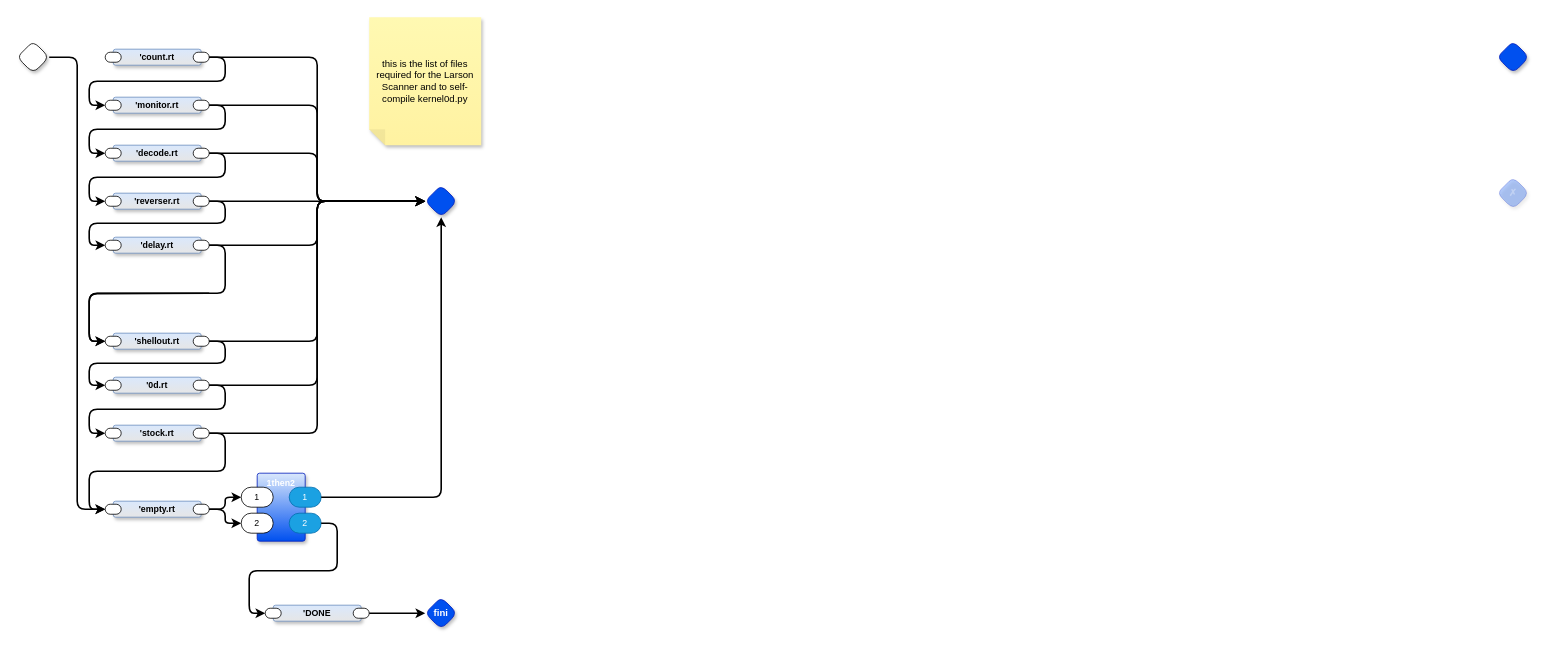
The draw.io diagram page "Test List Filenames" (3 of 36) of rt2all.drawio in guitarvydas/rt, before the edit. Source tidied: cells renumbered, new cells numbered last; positions are measured from the earlier drawing's top-left corner, leaving out a move shared by most shapes. Both pictures are drawn from the tidied source at 80%, with x=0, y=0 at pixel (17, 17).
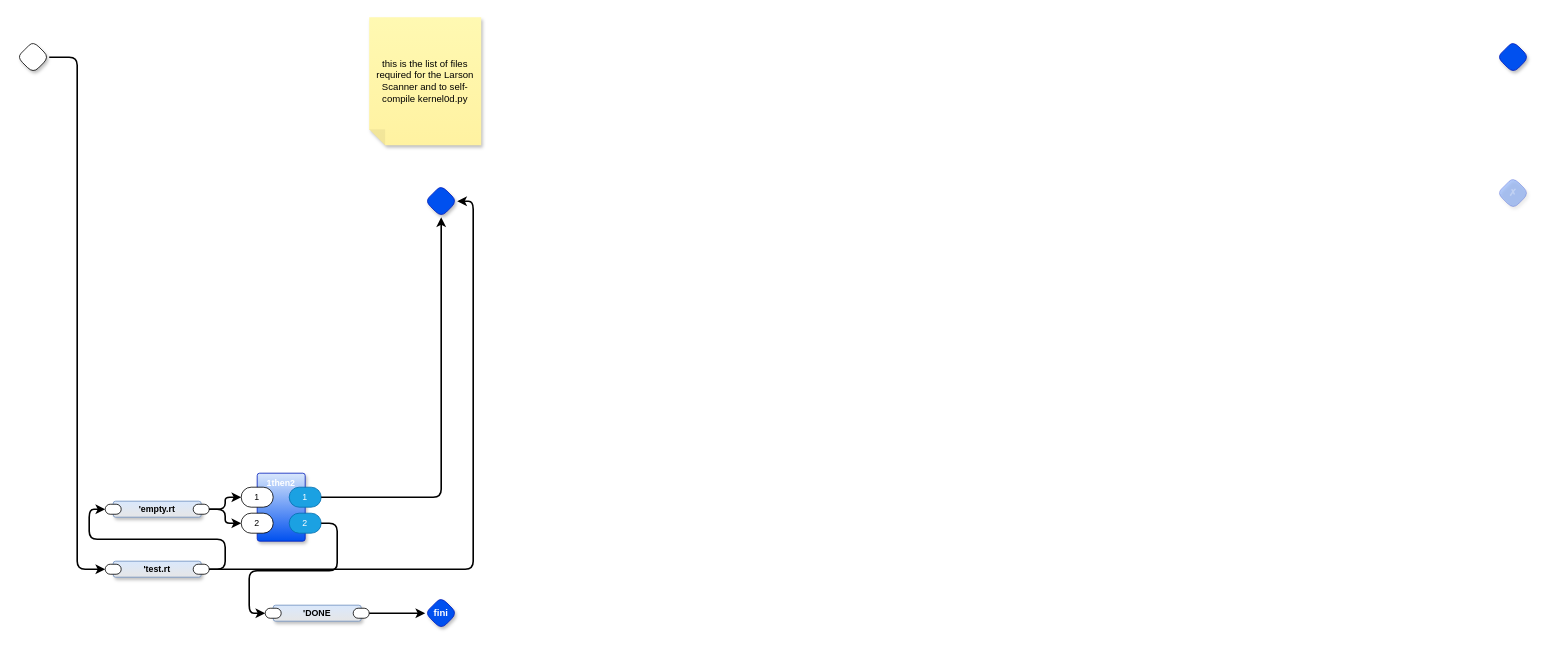
After the change.

The change refers to these unchanged cells:
```xml
<mxCell id="2" style="rhombus;whiteSpace=wrap;html=1;rounded=1;fontStyle=1;glass=0;sketch=0;fontSize=12;points=[[0,0.5,0,0,0],[0.5,0,0,0,0],[0.5,1,0,0,0],[1,0.5,0,0,0]];shadow=1;fontFamily=Helvetica;fontColor=default;" parent="1" vertex="1">
  <mxGeometry y="30" width="40" height="40" as="geometry" />
</mxCell>
<mxCell id="24" style="rounded=1;whiteSpace=wrap;html=1;sketch=0;points=[[0,0.5,0,0,0],[1,0.5,0,0,0]];arcSize=50;fontFamily=Helvetica;fontSize=11;fontColor=default;" parent="22" vertex="1">
  <mxGeometry x="-10" y="3.8" width="20" height="12.5" as="geometry" />
</mxCell>
<mxCell id="32" style="rhombus;whiteSpace=wrap;html=1;rounded=1;fontStyle=1;glass=0;sketch=0;fontSize=12;points=[[0,0.5,0,0,0],[0.5,0,0,0,0],[0.5,1,0,0,0],[1,0.5,0,0,0]];shadow=1;fillColor=#0050ef;fontColor=#ffffff;strokeColor=#001DBC;fontFamily=Helvetica;labelBackgroundColor=none;" parent="1" vertex="1">
  <mxGeometry x="510" y="210" width="40" height="40" as="geometry" />
</mxCell>
```

What changed in the source:
```diff
@@
-    <mxCell id="5" style="edgeStyle=orthogonalEdgeStyle;rounded=1;jettySize=auto;html=1;exitX=1;exitY=0.5;exitDx=0;exitDy=0;exitPerimeter=0;strokeWidth=2;curved=0;entryX=0;entryY=0.5;entryDx=0;entryDy=0;entryPerimeter=0;" parent="1" edge="1" source="2" target="24">
+    <mxCell id="5" style="edgeStyle=orthogonalEdgeStyle;rounded=1;jettySize=auto;html=1;exitX=1;exitY=0.5;exitDx=0;exitDy=0;exitPerimeter=0;strokeWidth=2;curved=0;entryX=0;entryY=0.5;entryDx=0;entryDy=0;entryPerimeter=0;" parent="1" edge="1" source="2" target="68">
       <mxGeometry relative="1" as="geometry" />
     </mxCell>
-    <mxCell id="6" value="'count.rt" style="rounded=1;whiteSpace=wrap;html=1;verticalAlign=middle;arcSize=6;fontStyle=1;absoluteArcSize=1;shadow=1;strokeColor=#6c8ebf;fillColor=#dae8fc;fontFamily=Helvetica;fontSize=11;gradientColor=#E6E6E6;fontColor=default;" parent="1" vertex="1">
-      <mxGeometry x="120" y="40" width="110" height="20" as="geometry" />
-    </mxCell>
-    <mxCell id="7" style="rounded=1;whiteSpace=wrap;html=1;sketch=0;points=[[0,0.5,0,0,0],[1,0.5,0,0,0]];arcSize=50;fontFamily=Helvetica;fontSize=11;fontColor=default;" parent="6" vertex="1">
-      <mxGeometry x="100" y="3.8" width="20" height="12.5" as="geometry" />
-    </mxCell>
-    <mxCell id="8" style="rounded=1;whiteSpace=wrap;html=1;sketch=0;arcSize=50;fontFamily=Helvetica;fontSize=11;fontColor=default;" parent="6" vertex="1">
-      <mxGeometry x="-10" y="3.8" width="20" height="12.5" as="geometry" />
-    </mxCell>
-    <mxCell id="9" style="edgeStyle=orthogonalEdgeStyle;rounded=1;jettySize=auto;html=1;exitX=1;exitY=0.5;exitDx=0;exitDy=0;exitPerimeter=0;entryX=0;entryY=0.5;entryDx=0;entryDy=0;entryPerimeter=0;strokeWidth=2;curved=0;" parent="1" edge="1" source="7" target="12">
-      <mxGeometry relative="1" as="geometry" />
-    </mxCell>
-    <mxCell id="10" value="'monitor.rt" style="rounded=1;whiteSpace=wrap;html=1;verticalAlign=middle;arcSize=6;fontStyle=1;absoluteArcSize=1;shadow=1;strokeColor=#6c8ebf;fillColor=#dae8fc;fontFamily=Helvetica;fontSize=11;gradientColor=#E6E6E6;fontColor=default;" parent="1" vertex="1">
-      <mxGeometry x="120" y="100" width="110" height="20" as="geometry" />
-    </mxCell>
-    <mxCell id="11" style="rounded=1;whiteSpace=wrap;html=1;sketch=0;points=[[0,0.5,0,0,0],[1,0.5,0,0,0]];arcSize=50;fontFamily=Helvetica;fontSize=11;fontColor=default;" parent="10" vertex="1">
-      <mxGeometry x="100" y="3.8" width="20" height="12.5" as="geometry" />
-    </mxCell>
-    <mxCell id="12" style="rounded=1;whiteSpace=wrap;html=1;sketch=0;points=[[0,0.5,0,0,0],[1,0.5,0,0,0]];arcSize=50;fontFamily=Helvetica;fontSize=11;fontColor=default;" parent="10" vertex="1">
-      <mxGeometry x="-10" y="3.8" width="20" height="12.5" as="geometry" />
-    </mxCell>
-    <mxCell id="13" value="'decode.rt" style="rounded=1;whiteSpace=wrap;html=1;verticalAlign=middle;arcSize=6;fontStyle=1;absoluteArcSize=1;shadow=1;strokeColor=#6c8ebf;fillColor=#dae8fc;fontFamily=Helvetica;fontSize=11;gradientColor=#E6E6E6;fontColor=default;" parent="1" vertex="1">
-      <mxGeometry x="120" y="160" width="110" height="20" as="geometry" />
-    </mxCell>
-    <mxCell id="14" style="rounded=1;whiteSpace=wrap;html=1;sketch=0;points=[[0,0.5,0,0,0],[1,0.5,0,0,0]];arcSize=50;fontFamily=Helvetica;fontSize=11;fontColor=default;" parent="13" vertex="1">
-      <mxGeometry x="100" y="3.8" width="20" height="12.5" as="geometry" />
-    </mxCell>
-    <mxCell id="15" style="rounded=1;whiteSpace=wrap;html=1;sketch=0;points=[[0,0.5,0,0,0],[1,0.5,0,0,0]];arcSize=50;fontFamily=Helvetica;fontSize=11;fontColor=default;" parent="13" vertex="1">
-      <mxGeometry x="-10" y="3.8" width="20" height="12.5" as="geometry" />
-    </mxCell>
-    <mxCell id="16" value="'reverser.rt" style="rounded=1;whiteSpace=wrap;html=1;verticalAlign=middle;arcSize=6;fontStyle=1;absoluteArcSize=1;shadow=1;strokeColor=#6c8ebf;fillColor=#dae8fc;fontFamily=Helvetica;fontSize=11;gradientColor=#E6E6E6;fontColor=default;" parent="1" vertex="1">
-      <mxGeometry x="120" y="220" width="110" height="20" as="geometry" />
-    </mxCell>
-    <mxCell id="17" style="rounded=1;whiteSpace=wrap;html=1;sketch=0;points=[[0,0.5,0,0,0],[1,0.5,0,0,0]];arcSize=50;fontFamily=Helvetica;fontSize=11;fontColor=default;" parent="16" vertex="1">
-      <mxGeometry x="100" y="3.8" width="20" height="12.5" as="geometry" />
-    </mxCell>
-    <mxCell id="18" style="rounded=1;whiteSpace=wrap;html=1;sketch=0;points=[[0,0.5,0,0,0],[1,0.5,0,0,0]];arcSize=50;fontFamily=Helvetica;fontSize=11;fontColor=default;" parent="16" vertex="1">
-      <mxGeometry x="-10" y="3.8" width="20" height="12.5" as="geometry" />
-    </mxCell>
-    <mxCell id="19" value="'delay.rt" style="rounded=1;whiteSpace=wrap;html=1;verticalAlign=middle;arcSize=6;fontStyle=1;absoluteArcSize=1;shadow=1;strokeColor=#6c8ebf;fillColor=#dae8fc;fontFamily=Helvetica;fontSize=11;gradientColor=#E6E6E6;fontColor=default;" parent="1" vertex="1">
-      <mxGeometry x="120" y="275" width="110" height="20" as="geometry" />
-    </mxCell>
-    <mxCell id="20" style="rounded=1;whiteSpace=wrap;html=1;sketch=0;points=[[0,0.5,0,0,0],[1,0.5,0,0,0]];arcSize=50;fontFamily=Helvetica;fontSize=11;fontColor=default;" parent="19" vertex="1">
-      <mxGeometry x="100" y="3.8" width="20" height="12.5" as="geometry" />
-    </mxCell>
-    <mxCell id="21" style="rounded=1;whiteSpace=wrap;html=1;sketch=0;points=[[0,0.5,0,0,0],[1,0.5,0,0,0]];arcSize=50;fontFamily=Helvetica;fontSize=11;fontColor=default;" parent="19" vertex="1">
-      <mxGeometry x="-10" y="3.8" width="20" height="12.5" as="geometry" />
-    </mxCell>
@@
-    <mxCell id="25" style="edgeStyle=orthogonalEdgeStyle;shape=connector;curved=0;rounded=1;jettySize=auto;html=1;exitX=1;exitY=0.5;exitDx=0;exitDy=0;exitPerimeter=0;entryX=0;entryY=0.5;entryDx=0;entryDy=0;entryPerimeter=0;strokeColor=default;strokeWidth=2;align=center;verticalAlign=middle;fontFamily=Helvetica;fontSize=11;fontColor=default;labelBackgroundColor=default;endArrow=classic;" parent="1" edge="1" source="20" target="42">
-      <mxGeometry relative="1" as="geometry" />
-    </mxCell>
-    <mxCell id="26" style="edgeStyle=orthogonalEdgeStyle;shape=connector;curved=0;rounded=1;jettySize=auto;html=1;exitX=1;exitY=0.5;exitDx=0;exitDy=0;exitPerimeter=0;entryX=0;entryY=0.5;entryDx=0;entryDy=0;entryPerimeter=0;strokeColor=default;strokeWidth=2;align=center;verticalAlign=middle;fontFamily=Helvetica;fontSize=11;fontColor=default;labelBackgroundColor=default;endArrow=classic;" parent="1" edge="1" source="17" target="21">
-      <mxGeometry relative="1" as="geometry" />
-    </mxCell>
-    <mxCell id="27" style="edgeStyle=orthogonalEdgeStyle;shape=connector;curved=0;rounded=1;jettySize=auto;html=1;exitX=1;exitY=0.5;exitDx=0;exitDy=0;exitPerimeter=0;entryX=0;entryY=0.5;entryDx=0;entryDy=0;entryPerimeter=0;strokeColor=default;strokeWidth=2;align=center;verticalAlign=middle;fontFamily=Helvetica;fontSize=11;fontColor=default;labelBackgroundColor=default;endArrow=classic;" parent="1" edge="1" source="14" target="18">
-      <mxGeometry relative="1" as="geometry" />
-    </mxCell>
-    <mxCell id="28" style="edgeStyle=orthogonalEdgeStyle;shape=connector;curved=0;rounded=1;jettySize=auto;html=1;exitX=1;exitY=0.5;exitDx=0;exitDy=0;exitPerimeter=0;entryX=0;entryY=0.5;entryDx=0;entryDy=0;entryPerimeter=0;strokeColor=default;strokeWidth=2;align=center;verticalAlign=middle;fontFamily=Helvetica;fontSize=11;fontColor=default;labelBackgroundColor=default;endArrow=classic;" parent="1" edge="1" source="11" target="15">
-      <mxGeometry relative="1" as="geometry" />
-    </mxCell>
@@
-    <mxCell id="35" style="edgeStyle=orthogonalEdgeStyle;shape=connector;curved=0;rounded=1;jettySize=auto;html=1;exitX=1;exitY=0.5;exitDx=0;exitDy=0;exitPerimeter=0;entryX=0;entryY=0.5;entryDx=0;entryDy=0;entryPerimeter=0;strokeColor=default;strokeWidth=2;align=center;verticalAlign=middle;fontFamily=Helvetica;fontSize=11;fontColor=default;labelBackgroundColor=default;endArrow=classic;" parent="1" edge="1" source="7" target="32">
-      <mxGeometry relative="1" as="geometry" />
-    </mxCell>
-    <mxCell id="36" style="edgeStyle=orthogonalEdgeStyle;shape=connector;curved=0;rounded=1;jettySize=auto;html=1;exitX=1;exitY=0.5;exitDx=0;exitDy=0;exitPerimeter=0;strokeColor=default;strokeWidth=2;align=center;verticalAlign=middle;fontFamily=Helvetica;fontSize=11;fontColor=default;labelBackgroundColor=default;endArrow=classic;entryX=0;entryY=0.5;entryDx=0;entryDy=0;entryPerimeter=0;" parent="1" edge="1" source="11" target="32">
-      <mxGeometry relative="1" as="geometry" />
-    </mxCell>
-    <mxCell id="37" style="edgeStyle=orthogonalEdgeStyle;shape=connector;curved=0;rounded=1;jettySize=auto;html=1;exitX=1;exitY=0.5;exitDx=0;exitDy=0;exitPerimeter=0;entryX=0;entryY=0.5;entryDx=0;entryDy=0;entryPerimeter=0;strokeColor=default;strokeWidth=2;align=center;verticalAlign=middle;fontFamily=Helvetica;fontSize=11;fontColor=default;labelBackgroundColor=default;endArrow=classic;" parent="1" edge="1" source="14" target="32">
-      <mxGeometry relative="1" as="geometry" />
-    </mxCell>
-    <mxCell id="38" style="edgeStyle=orthogonalEdgeStyle;shape=connector;curved=0;rounded=1;jettySize=auto;html=1;exitX=1;exitY=0.5;exitDx=0;exitDy=0;exitPerimeter=0;entryX=0;entryY=0.5;entryDx=0;entryDy=0;entryPerimeter=0;strokeColor=default;strokeWidth=2;align=center;verticalAlign=middle;fontFamily=Helvetica;fontSize=11;fontColor=default;labelBackgroundColor=default;endArrow=classic;" parent="1" edge="1" source="17" target="32">
-      <mxGeometry relative="1" as="geometry" />
-    </mxCell>
-    <mxCell id="39" style="edgeStyle=orthogonalEdgeStyle;shape=connector;curved=0;rounded=1;jettySize=auto;html=1;exitX=1;exitY=0.5;exitDx=0;exitDy=0;exitPerimeter=0;entryX=0;entryY=0.5;entryDx=0;entryDy=0;entryPerimeter=0;strokeColor=default;strokeWidth=2;align=center;verticalAlign=middle;fontFamily=Helvetica;fontSize=11;fontColor=default;labelBackgroundColor=default;endArrow=classic;" parent="1" edge="1" source="20" target="32">
-      <mxGeometry relative="1" as="geometry" />
-    </mxCell>
-    <mxCell id="40" value="'shellout.rt" style="rounded=1;whiteSpace=wrap;html=1;verticalAlign=middle;arcSize=6;fontStyle=1;absoluteArcSize=1;shadow=1;strokeColor=#6c8ebf;fillColor=#dae8fc;fontFamily=Helvetica;fontSize=11;gradientColor=#E6E6E6;fontColor=default;" parent="1" vertex="1">
-      <mxGeometry x="120" y="395" width="110" height="20" as="geometry" />
-    </mxCell>
-    <mxCell id="41" style="rounded=1;whiteSpace=wrap;html=1;sketch=0;points=[[0,0.5,0,0,0],[1,0.5,0,0,0]];arcSize=50;fontFamily=Helvetica;fontSize=11;fontColor=default;" parent="40" vertex="1">
-      <mxGeometry x="100" y="3.8" width="20" height="12.5" as="geometry" />
-    </mxCell>
-    <mxCell id="42" style="rounded=1;whiteSpace=wrap;html=1;sketch=0;points=[[0,0.5,0,0,0],[1,0.5,0,0,0]];arcSize=50;fontFamily=Helvetica;fontSize=11;fontColor=default;" parent="40" vertex="1">
-      <mxGeometry x="-10" y="3.8" width="20" height="12.5" as="geometry" />
-    </mxCell>
-    <mxCell id="43" style="edgeStyle=orthogonalEdgeStyle;shape=connector;curved=0;rounded=1;jettySize=auto;html=1;exitX=1;exitY=0.5;exitDx=0;exitDy=0;exitPerimeter=0;entryX=0;entryY=0.5;entryDx=0;entryDy=0;entryPerimeter=0;strokeColor=default;strokeWidth=2;align=center;verticalAlign=middle;fontFamily=Helvetica;fontSize=11;fontColor=default;labelBackgroundColor=default;endArrow=classic;" parent="1" edge="1" target="42">
-      <mxGeometry relative="1" as="geometry">
-        <mxPoint x="240" y="345" as="sourcePoint" />
-      </mxGeometry>
-    </mxCell>
-    <mxCell id="44" style="edgeStyle=orthogonalEdgeStyle;shape=connector;curved=0;rounded=1;jettySize=auto;html=1;exitX=1;exitY=0.5;exitDx=0;exitDy=0;exitPerimeter=0;entryX=0;entryY=0.5;entryDx=0;entryDy=0;entryPerimeter=0;strokeColor=default;strokeWidth=2;align=center;verticalAlign=middle;fontFamily=Helvetica;fontSize=11;fontColor=default;labelBackgroundColor=default;endArrow=classic;" parent="1" edge="1" source="41" target="32">
-      <mxGeometry relative="1" as="geometry" />
-    </mxCell>
@@
-    <mxCell id="54" value="'0d.rt" style="rounded=1;whiteSpace=wrap;html=1;verticalAlign=middle;arcSize=6;fontStyle=1;absoluteArcSize=1;shadow=1;strokeColor=#6c8ebf;fillColor=#dae8fc;fontFamily=Helvetica;fontSize=11;gradientColor=#E6E6E6;fontColor=default;" parent="1" vertex="1">
-      <mxGeometry x="120" y="450" width="110" height="20" as="geometry" />
-    </mxCell>
-    <mxCell id="55" style="rounded=1;whiteSpace=wrap;html=1;sketch=0;points=[[0,0.5,0,0,0],[1,0.5,0,0,0]];arcSize=50;fontFamily=Helvetica;fontSize=11;fontColor=default;" parent="54" vertex="1">
-      <mxGeometry x="100" y="3.8" width="20" height="12.5" as="geometry" />
-    </mxCell>
-    <mxCell id="56" style="rounded=1;whiteSpace=wrap;html=1;sketch=0;points=[[0,0.5,0,0,0],[1,0.5,0,0,0]];arcSize=50;fontFamily=Helvetica;fontSize=11;fontColor=default;" parent="54" vertex="1">
-      <mxGeometry x="-10" y="3.8" width="20" height="12.5" as="geometry" />
-    </mxCell>
-    <mxCell id="57" style="edgeStyle=orthogonalEdgeStyle;rounded=1;jettySize=auto;html=1;exitX=1;exitY=0.5;exitDx=0;exitDy=0;exitPerimeter=0;entryX=0;entryY=0.5;entryDx=0;entryDy=0;entryPerimeter=0;strokeWidth=2;curved=0;" parent="1" edge="1" source="55" target="63">
-      <mxGeometry relative="1" as="geometry" />
-    </mxCell>
-    <mxCell id="58" style="edgeStyle=orthogonalEdgeStyle;shape=connector;curved=0;rounded=1;jettySize=auto;html=1;exitX=1;exitY=0.5;exitDx=0;exitDy=0;exitPerimeter=0;entryX=0;entryY=0.5;entryDx=0;entryDy=0;entryPerimeter=0;strokeColor=default;strokeWidth=2;align=center;verticalAlign=middle;fontFamily=Helvetica;fontSize=11;fontColor=default;labelBackgroundColor=default;endArrow=classic;" parent="1" edge="1" source="41" target="56">
-      <mxGeometry relative="1" as="geometry" />
-    </mxCell>
-    <mxCell id="59" style="edgeStyle=orthogonalEdgeStyle;shape=connector;curved=0;rounded=1;jettySize=auto;html=1;exitX=1;exitY=0.5;exitDx=0;exitDy=0;exitPerimeter=0;entryX=0;entryY=0.5;entryDx=0;entryDy=0;entryPerimeter=0;strokeColor=default;strokeWidth=2;align=center;verticalAlign=middle;fontFamily=Helvetica;fontSize=11;fontColor=default;labelBackgroundColor=default;endArrow=classic;" parent="1" edge="1" source="55" target="32">
-      <mxGeometry relative="1" as="geometry" />
-    </mxCell>
@@
-    <mxCell id="61" value="'stock.rt" style="rounded=1;whiteSpace=wrap;html=1;verticalAlign=middle;arcSize=6;fontStyle=1;absoluteArcSize=1;shadow=1;strokeColor=#6c8ebf;fillColor=#dae8fc;fontFamily=Helvetica;fontSize=11;gradientColor=#E6E6E6;fontColor=default;" parent="1" vertex="1">
-      <mxGeometry x="120" y="510" width="110" height="20" as="geometry" />
-    </mxCell>
-    <mxCell id="62" style="rounded=1;whiteSpace=wrap;html=1;sketch=0;points=[[0,0.5,0,0,0],[1,0.5,0,0,0]];arcSize=50;fontFamily=Helvetica;fontSize=11;fontColor=default;" parent="61" vertex="1">
-      <mxGeometry x="100" y="3.8" width="20" height="12.5" as="geometry" />
-    </mxCell>
-    <mxCell id="63" style="rounded=1;whiteSpace=wrap;html=1;sketch=0;points=[[0,0.5,0,0,0],[1,0.5,0,0,0]];arcSize=50;fontFamily=Helvetica;fontSize=11;fontColor=default;" parent="61" vertex="1">
-      <mxGeometry x="-10" y="3.8" width="20" height="12.5" as="geometry" />
-    </mxCell>
-    <mxCell id="64" style="edgeStyle=orthogonalEdgeStyle;rounded=1;jettySize=auto;html=1;exitX=1;exitY=0.5;exitDx=0;exitDy=0;exitPerimeter=0;entryX=0;entryY=0.5;entryDx=0;entryDy=0;entryPerimeter=0;strokeWidth=2;curved=0;" parent="1" edge="1" source="62" target="32">
-      <mxGeometry relative="1" as="geometry" />
-    </mxCell>
-    <mxCell id="65" style="edgeStyle=orthogonalEdgeStyle;shape=connector;curved=0;rounded=1;jettySize=auto;html=1;exitX=1;exitY=0.5;exitDx=0;exitDy=0;exitPerimeter=0;entryX=0;entryY=0.5;entryDx=0;entryDy=0;entryPerimeter=0;strokeColor=default;strokeWidth=2;align=center;verticalAlign=middle;fontFamily=Helvetica;fontSize=11;fontColor=default;labelBackgroundColor=default;endArrow=classic;" parent="1" edge="1" source="62" target="24">
-      <mxGeometry relative="1" as="geometry" />
-    </mxCell>
+    <mxCell id="66" value="'test.rt" style="rounded=1;whiteSpace=wrap;html=1;verticalAlign=middle;arcSize=6;fontStyle=1;absoluteArcSize=1;shadow=1;strokeColor=#6c8ebf;fillColor=#dae8fc;fontFamily=Helvetica;fontSize=11;gradientColor=#E6E6E6;fontColor=default;" parent="1" vertex="1">
+      <mxGeometry x="120" y="680" width="110" height="20" as="geometry" />
+    </mxCell>
+    <mxCell id="67" style="rounded=1;whiteSpace=wrap;html=1;sketch=0;points=[[0,0.5,0,0,0],[1,0.5,0,0,0]];arcSize=50;fontFamily=Helvetica;fontSize=11;fontColor=default;" parent="66" vertex="1">
+      <mxGeometry x="100" y="3.8" width="20" height="12.5" as="geometry" />
+    </mxCell>
+    <mxCell id="68" style="rounded=1;whiteSpace=wrap;html=1;sketch=0;points=[[0,0.5,0,0,0],[1,0.5,0,0,0]];arcSize=50;fontFamily=Helvetica;fontSize=11;fontColor=default;" parent="66" vertex="1">
+      <mxGeometry x="-10" y="3.8" width="20" height="12.5" as="geometry" />
+    </mxCell>
+    <mxCell id="69" style="edgeStyle=orthogonalEdgeStyle;rounded=1;jettySize=auto;html=1;exitX=1;exitY=0.5;exitDx=0;exitDy=0;exitPerimeter=0;entryX=0;entryY=0.5;entryDx=0;entryDy=0;entryPerimeter=0;strokeWidth=2;curved=0;" parent="1" edge="1" source="67" target="24">
+      <mxGeometry relative="1" as="geometry" />
+    </mxCell>
+    <mxCell id="70" style="edgeStyle=orthogonalEdgeStyle;shape=connector;curved=0;rounded=1;jettySize=auto;html=1;exitX=1;exitY=0.5;exitDx=0;exitDy=0;exitPerimeter=0;entryX=1;entryY=0.5;entryDx=0;entryDy=0;entryPerimeter=0;strokeColor=default;strokeWidth=2;align=center;verticalAlign=middle;fontFamily=Helvetica;fontSize=11;fontColor=default;labelBackgroundColor=default;endArrow=classic;" parent="1" edge="1" source="67" target="32">
+      <mxGeometry relative="1" as="geometry" />
+    </mxCell>
```
